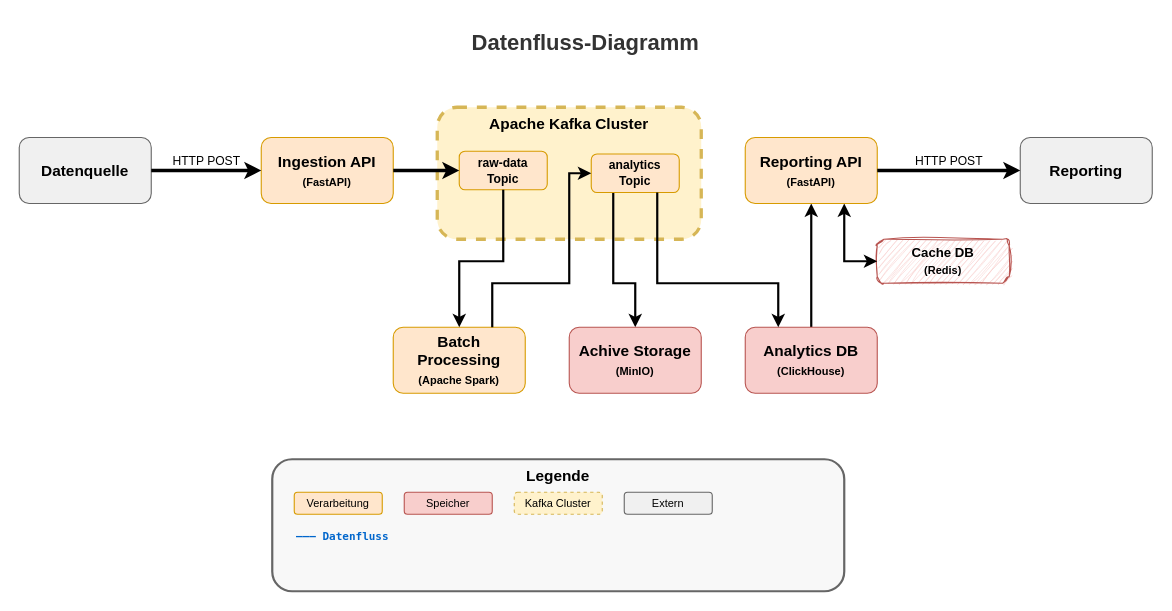
Earlier version of the draw.io diagram page "Datenfluss" (1 of 3) of doku/Projekt Data Engineering.drawio (Kokoloris19097/DLMDWWDE02). Source tidied: cells renumbered, new cells numbered last; positions are measured from the earlier drawing's top-left corner, leaving out a move shared by most shapes. Both pictures are drawn from the tidied source at 110%, with x=0, y=0 at pixel (19, 19).
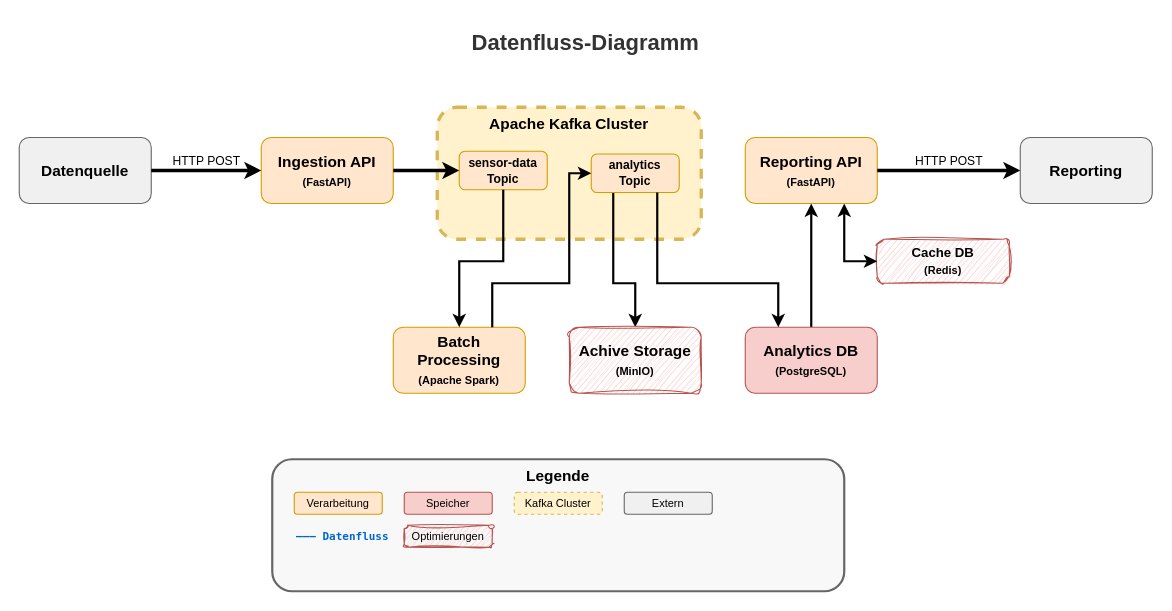
Above is the later version.

Change to the diagram source:
```diff
@@
-    <mxCell id="6" value="raw-data&lt;br&gt;Topic" style="rounded=1;whiteSpace=wrap;html=1;fillColor=#ffe6cc;strokeColor=#d79b00;fontSize=11;fontStyle=1;" parent="1" vertex="1">
+    <mxCell id="6" value="sensor-data&lt;br&gt;Topic" style="rounded=1;whiteSpace=wrap;html=1;fillColor=#ffe6cc;strokeColor=#d79b00;fontSize=11;fontStyle=1;" parent="1" vertex="1">
       <mxGeometry x="400" y="120" width="80" height="35" as="geometry" />
     </mxCell>
@@
-    <mxCell id="10" value="Achive Storage&lt;br&gt;&lt;font style=&quot;font-size: 10px;&quot;&gt;(MinIO)&lt;/font&gt;" style="rounded=1;whiteSpace=wrap;html=1;fillColor=#f8cecc;strokeColor=#b85450;fontSize=14;fontStyle=1;" parent="1" vertex="1">
+    <mxCell id="10" value="Achive Storage&lt;br&gt;&lt;font style=&quot;font-size: 10px;&quot;&gt;(MinIO)&lt;/font&gt;" style="rounded=1;whiteSpace=wrap;html=1;fillColor=#f8cecc;strokeColor=#b85450;fontSize=14;fontStyle=1;sketch=1;curveFitting=1;jiggle=2;" parent="1" vertex="1">
       <mxGeometry x="500" y="280" width="120" height="60" as="geometry" />
     </mxCell>
@@
-    <mxCell id="12" value="Analytics DB&lt;br&gt;&lt;font style=&quot;font-size: 10px;&quot;&gt;(ClickHouse)&lt;/font&gt;" style="rounded=1;whiteSpace=wrap;html=1;fillColor=#f8cecc;strokeColor=#b85450;fontSize=14;fontStyle=1;" parent="1" vertex="1">
+    <mxCell id="12" value="Analytics DB&lt;br&gt;&lt;font style=&quot;font-size: 10px;&quot;&gt;(PostgreSQL)&lt;/font&gt;" style="rounded=1;whiteSpace=wrap;html=1;fillColor=#f8cecc;strokeColor=#b85450;fontSize=14;fontStyle=1;" parent="1" vertex="1">
       <mxGeometry x="660" y="280" width="120" height="60" as="geometry" />
     </mxCell>
@@
+    <mxCell id="29" value="Optimierungen" style="rounded=1;whiteSpace=wrap;html=1;fillColor=#f8cecc;strokeColor=#b85450;fontSize=10;sketch=1;curveFitting=1;jiggle=2;" parent="1" vertex="1">
+      <mxGeometry x="350" y="460" width="80" height="20" as="geometry" />
+    </mxCell>
```
